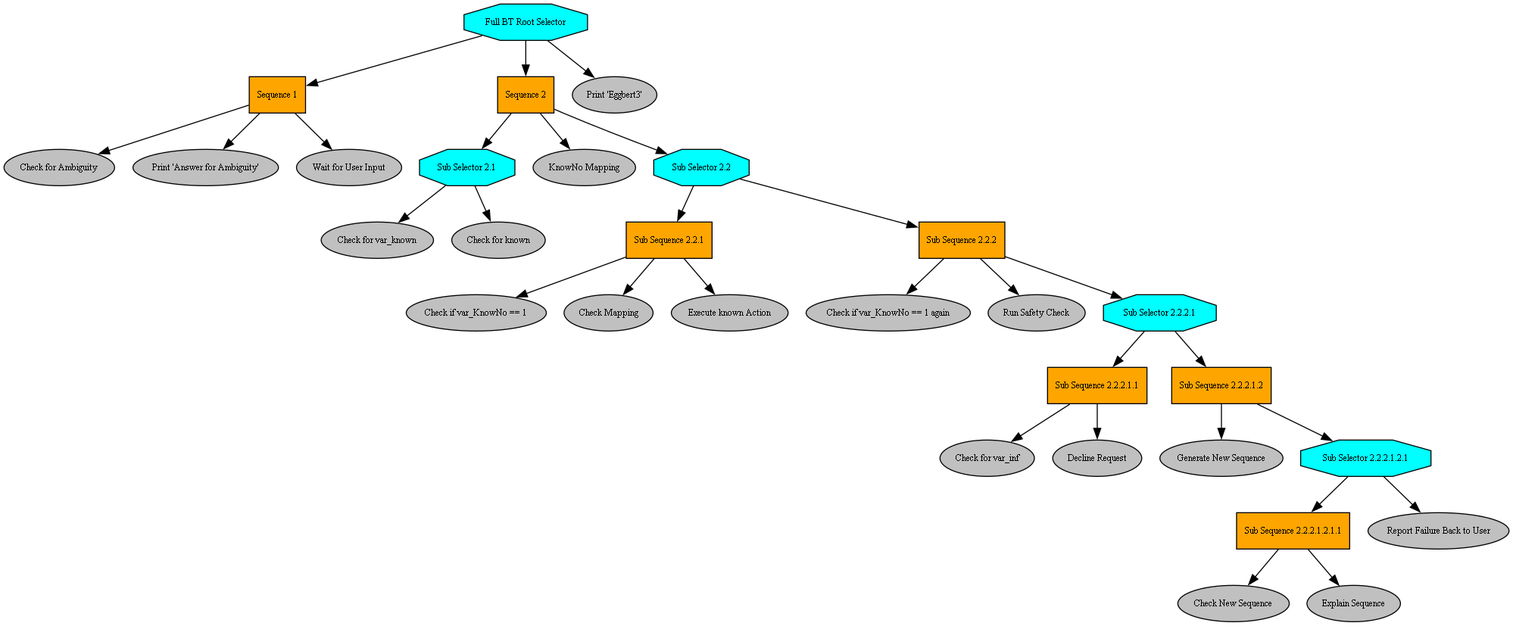
1Eggbert7/BT_LLM keeps this Graphviz diagram as BT_Framework/full_bt_root_selector.png. Above is the earlier version. Its source is kept beside it as BT_Framework/full_bt_root_selector.dot.
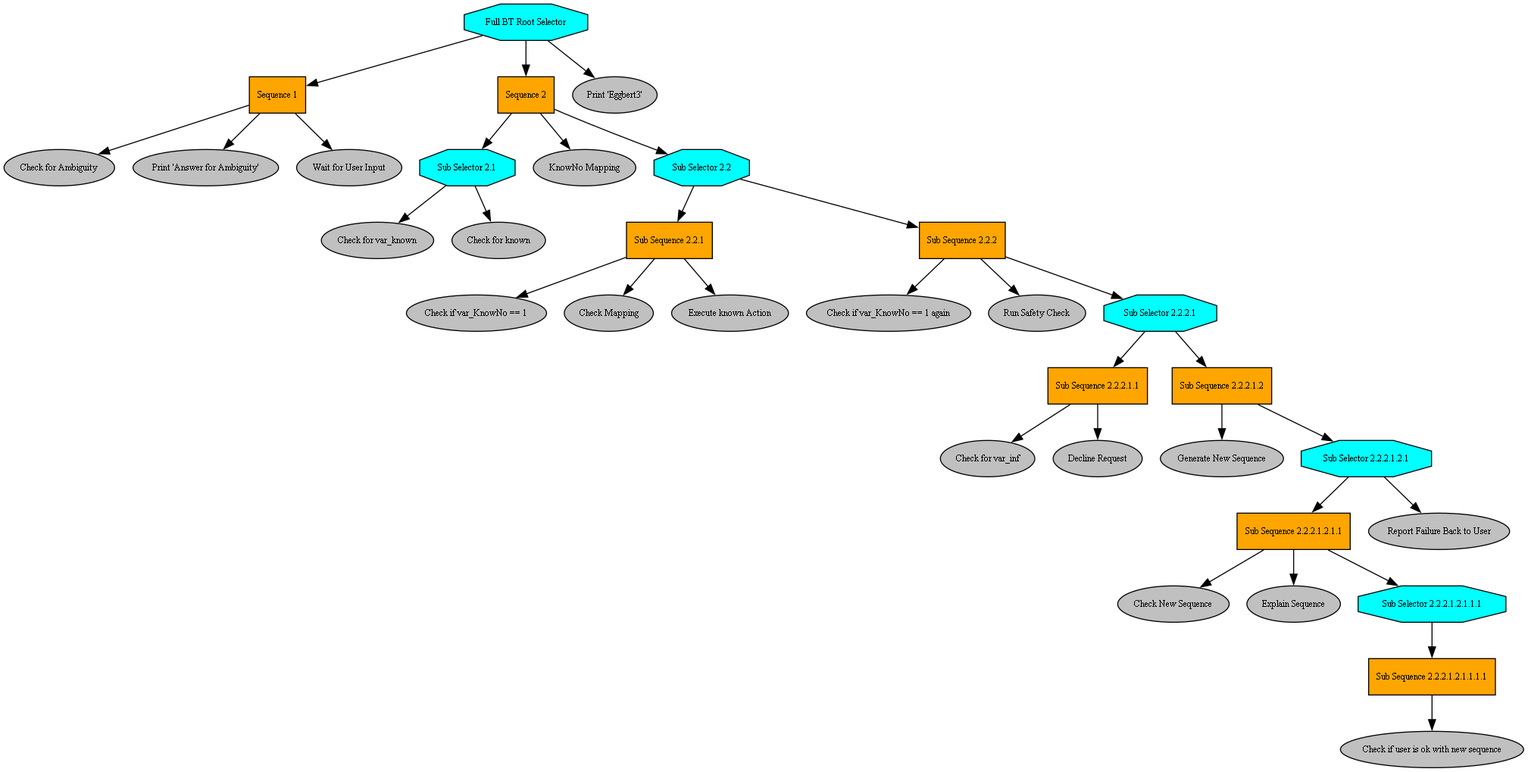
The same diagram one commit later.

Change to the diagram source:
```diff
@@ -58,6 +58,12 @@
 "Sub Sequence 2.2.2.1.2.1.1" -> "Check New Sequence";
 "Explain Sequence" [fillcolor=gray, fontcolor=black, fontsize=9, label="Explain Sequence", shape=ellipse, style=filled];
 "Sub Sequence 2.2.2.1.2.1.1" -> "Explain Sequence";
+"Sub Selector 2.2.2.1.2.1.1.1" [fillcolor=cyan, fontcolor=black, fontsize=9, label="Sub Selector 2.2.2.1.2.1.1.1", shape=octagon, style=filled];
+"Sub Sequence 2.2.2.1.2.1.1" -> "Sub Selector 2.2.2.1.2.1.1.1";
+"Sub Sequence 2.2.2.1.2.1.1.1.1" [fillcolor=orange, fontcolor=black, fontsize=9, label="Sub Sequence 2.2.2.1.2.1.1.1.1", shape=box, style=filled];
+"Sub Selector 2.2.2.1.2.1.1.1" -> "Sub Sequence 2.2.2.1.2.1.1.1.1";
+"Check if user is ok with new sequence" [fillcolor=gray, fontcolor=black, fontsize=9, label="Check if user is ok with new sequence", shape=ellipse, style=filled];
+"Sub Sequence 2.2.2.1.2.1.1.1.1" -> "Check if user is ok with new sequence";
 "Report Failure Back to User" [fillcolor=gray, fontcolor=black, fontsize=9, label="Report Failure Back to User", shape=ellipse, style=filled];
 "Sub Selector 2.2.2.1.2.1" -> "Report Failure Back to User";
 "Print 'Eggbert3'" [fillcolor=gray, fontcolor=black, fontsize=9, label="Print 'Eggbert3'", shape=ellipse, style=filled];
```
